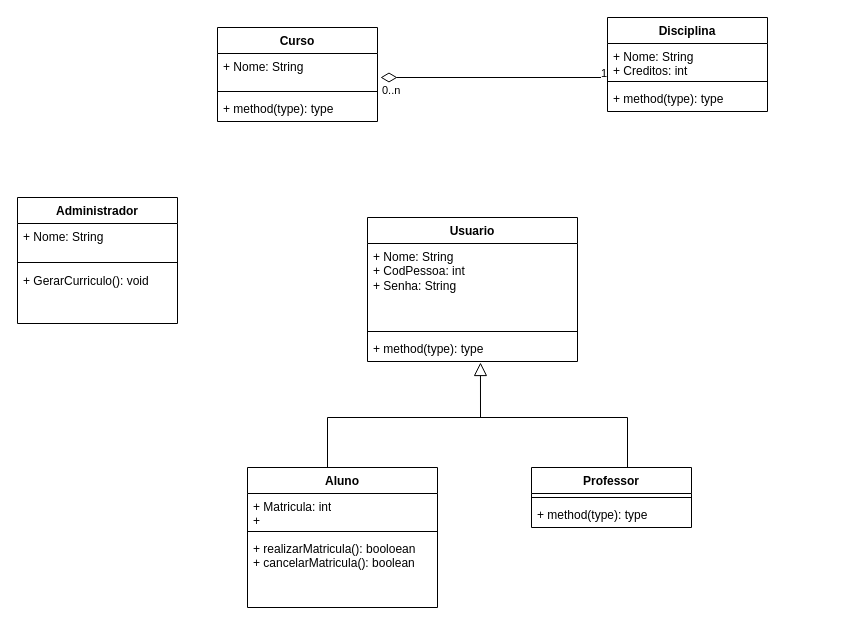
samuelincoln1/Projeto-LDS keeps this draw.io diagram as projeto/DiagramaClasse.drawio. Above is the earlier version. Source tidied: cells renumbered, new cells numbered last; positions are measured from the earlier drawing's top-left corner, leaving out a move shared by most shapes. Both pictures are drawn from the tidied source at 100%, with x=0, y=0 at pixel (17, 17).
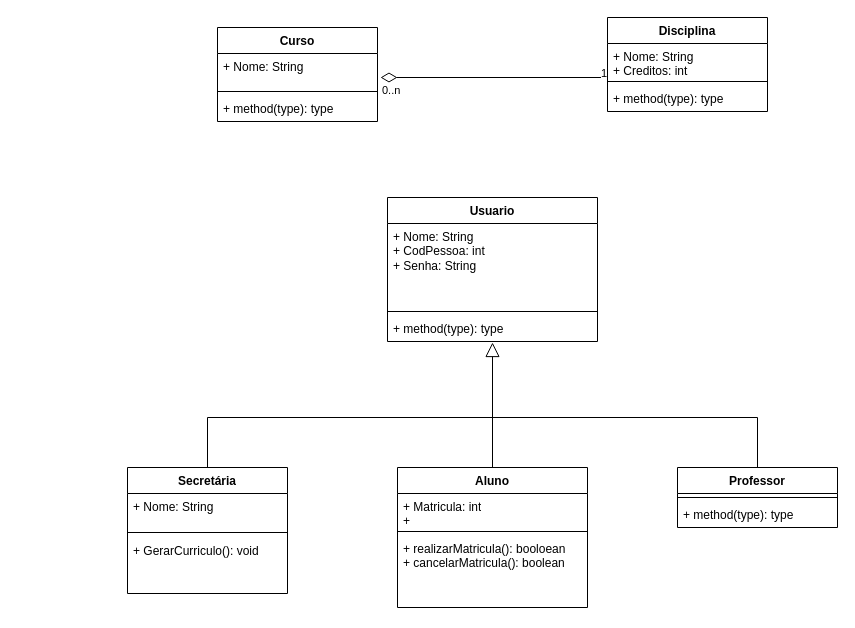
The same page after the edit.

Unchanged cells that the change refers to:
```xml
<mxCell id="18" value="+ method(type): type" style="text;strokeColor=none;fillColor=none;align=left;verticalAlign=top;spacingLeft=4;spacingRight=4;overflow=hidden;points=[[0,0.5],[1,0.5]];portConstraint=eastwest;whiteSpace=wrap;html=1;" parent="15" vertex="1">
  <mxGeometry y="118" width="210" height="26" as="geometry" />
</mxCell>
```

Diff of the diagram source:
```diff
@@
-    <mxCell id="10" style="edgeStyle=orthogonalEdgeStyle;rounded=0;jettySize=auto;html=1;entryX=0.538;entryY=1.038;entryDx=0;entryDy=0;entryPerimeter=0;endArrow=block;endFill=0;endSize=11;" parent="1" edge="1" source="11" target="18">
-      <mxGeometry relative="1" as="geometry">
-        <Array as="points">
-          <mxPoint x="310" y="400" />
-          <mxPoint x="463" y="400" />
-        </Array>
-      </mxGeometry>
+    <mxCell id="10" style="edgeStyle=orthogonalEdgeStyle;rounded=0;jettySize=auto;html=1;endArrow=block;endFill=0;endSize=12;entryX=0.5;entryY=1.038;entryDx=0;entryDy=0;entryPerimeter=0;" parent="1" edge="1" source="11" target="18">
+      <mxGeometry relative="1" as="geometry" />
     </mxCell>
     <mxCell id="11" value="Aluno" style="swimlane;fontStyle=1;align=center;verticalAlign=top;horizontal=1;startSize=26;whiteSpace=wrap;html=1;" parent="1" vertex="1">
-      <mxGeometry x="230" y="450" width="190" height="140" as="geometry" />
+      <mxGeometry x="380" y="450" width="190" height="140" as="geometry" />
     </mxCell>
@@
     <mxCell id="15" value="Usuario" style="swimlane;fontStyle=1;align=center;verticalAlign=top;horizontal=1;startSize=26;whiteSpace=wrap;html=1;" parent="1" vertex="1">
-      <mxGeometry x="350" y="200" width="210" height="144" as="geometry" />
+      <mxGeometry x="370" y="180" width="210" height="144" as="geometry" />
     </mxCell>
@@
-    <mxCell id="19" style="edgeStyle=orthogonalEdgeStyle;rounded=0;jettySize=auto;html=1;endArrow=none;endFill=0;" parent="1" edge="1" source="20">
+    <mxCell id="19" style="edgeStyle=orthogonalEdgeStyle;rounded=0;jettySize=auto;html=1;endArrow=none;endFill=0;entryX=0.5;entryY=0;entryDx=0;entryDy=0;" parent="1" edge="1" source="20" target="23">
       <mxGeometry relative="1" as="geometry">
-        <mxPoint x="460" y="400" as="targetPoint" />
         <Array as="points">
-          <mxPoint x="610" y="400" />
+          <mxPoint x="740" y="400" />
+          <mxPoint x="190" y="400" />
         </Array>
       </mxGeometry>
     </mxCell>
     <mxCell id="20" value="Professor" style="swimlane;fontStyle=1;align=center;verticalAlign=top;horizontal=1;startSize=26;whiteSpace=wrap;html=1;" parent="1" vertex="1">
-      <mxGeometry x="514" y="450" width="160" height="60" as="geometry" />
+      <mxGeometry x="660" y="450" width="160" height="60" as="geometry" />
     </mxCell>
@@
-    <mxCell id="23" value="Administrador" style="swimlane;fontStyle=1;align=center;verticalAlign=top;horizontal=1;startSize=26;whiteSpace=wrap;html=1;" parent="1" vertex="1">
-      <mxGeometry y="180" width="160" height="126" as="geometry" />
+    <mxCell id="23" value="Secretária" style="swimlane;fontStyle=1;align=center;verticalAlign=top;horizontal=1;startSize=26;whiteSpace=wrap;html=1;" parent="1" vertex="1">
+      <mxGeometry x="110" y="450" width="160" height="126" as="geometry" />
     </mxCell>
```
